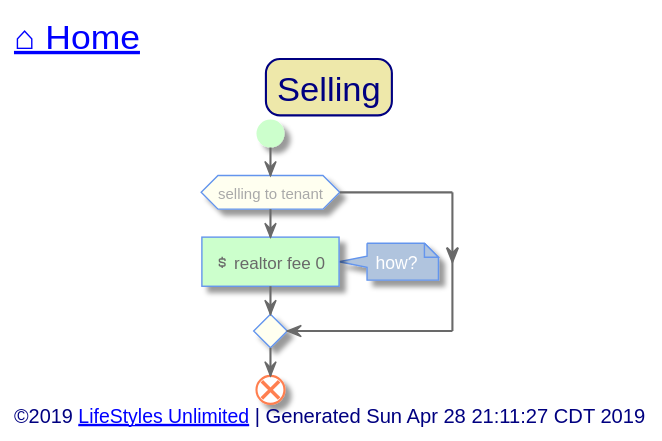
Earlier version of the PlantUML export out/src/single-family/selling.svg (toddmo/lifestylesunlimited).
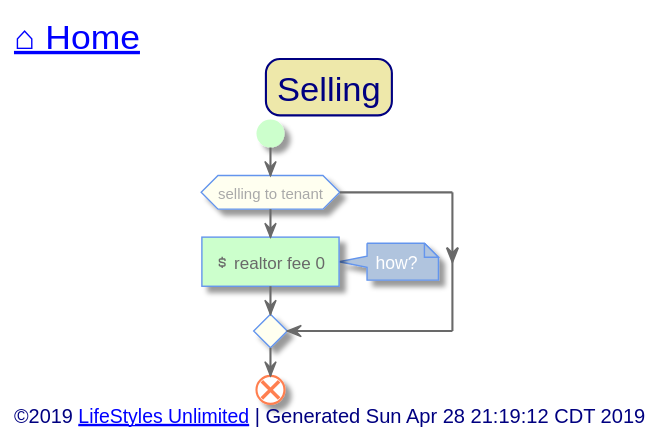
The same file after the commit.

Change to the diagram source:
```diff
@@ -95,7 +95,7 @@
 
 
 left footer
-	<font size=14>©2019 [[http://www.lifestylesunlimited.com LifeStyles Unlimited]] | Generated Sun Apr 28 21:11:27 CDT 2019</font>
+	<font size=14>©2019 [[http://www.lifestylesunlimited.com LifeStyles Unlimited]] | Generated Sun Apr 28 21:19:12 CDT 2019</font>
 endfooter
 
 
```
